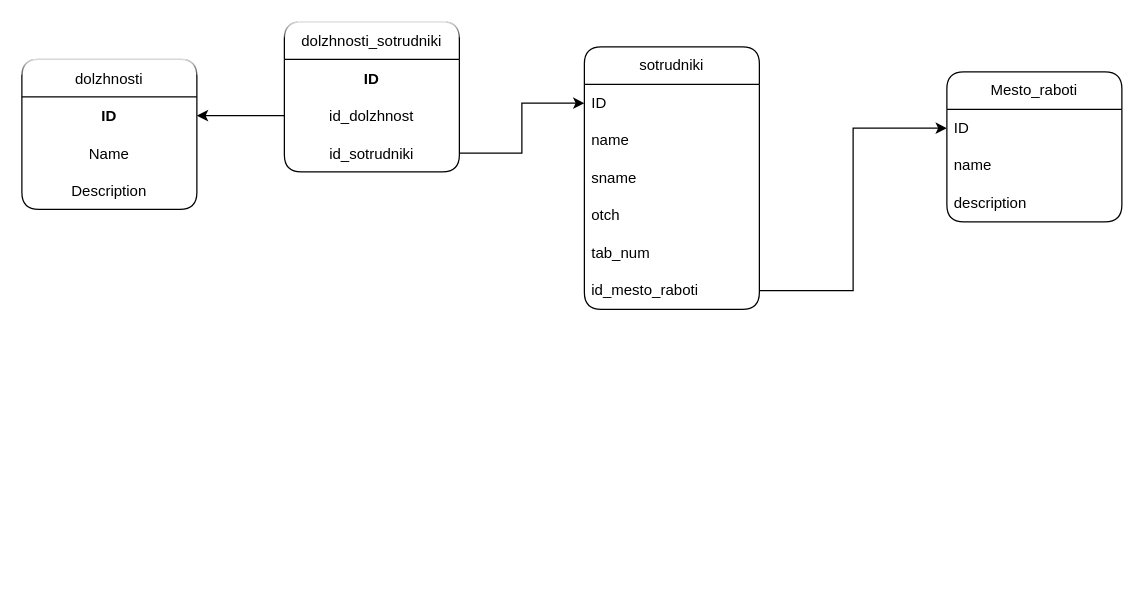
Above: АРМы.drawio in OGdanik/db_diagrams (draw.io), before the change. Source tidied: cells renumbered, new cells numbered last; positions are measured from the earlier drawing's top-left corner, leaving out a move shared by most shapes. Both pictures are drawn from the tidied source at 125%, with x=0, y=0 at pixel (21, 21).
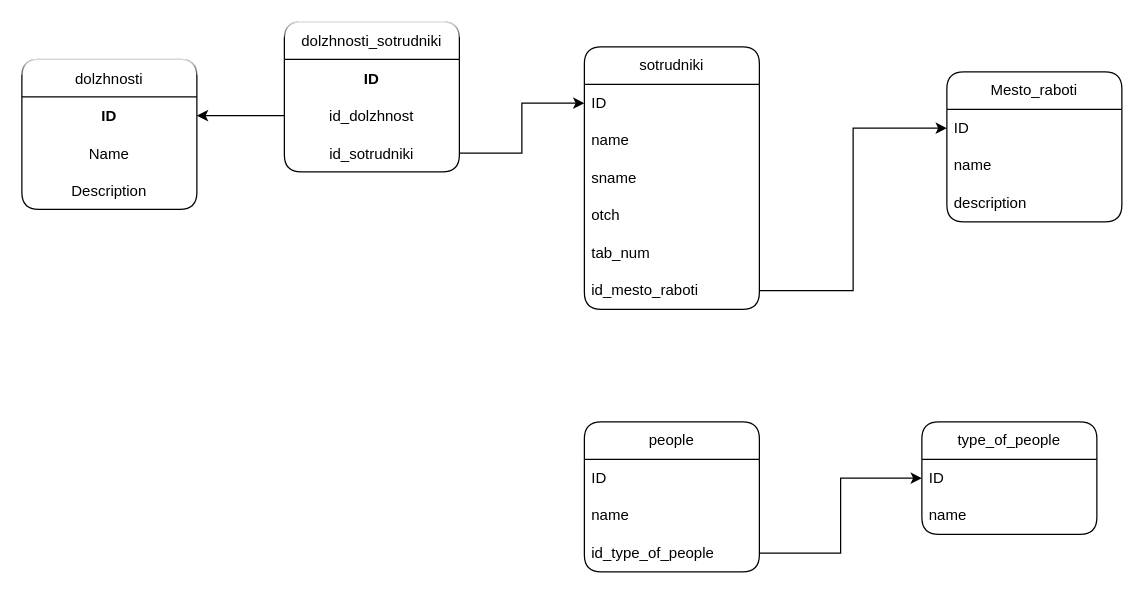
Above is the later version.

Diff of the diagram source:
```diff
@@
+    <mxCell id="24" value="people" style="swimlane;fontStyle=0;horizontal=1;startSize=30;whiteSpace=wrap;html=1;fillStyle=auto;shadow=0;glass=0;rounded=1;" parent="1" vertex="1">
+      <mxGeometry x="450" y="320" width="140" height="120" as="geometry" />
+    </mxCell>
+    <mxCell id="25" value="ID" style="text;strokeColor=none;fillColor=none;align=left;verticalAlign=middle;spacingLeft=4;spacingRight=4;overflow=hidden;whiteSpace=wrap;html=1;" parent="24" vertex="1">
+      <mxGeometry y="30" width="140" height="30" as="geometry" />
+    </mxCell>
+    <mxCell id="26" value="name" style="text;strokeColor=none;fillColor=none;align=left;verticalAlign=middle;spacingLeft=4;spacingRight=4;overflow=hidden;whiteSpace=wrap;html=1;" parent="24" vertex="1">
+      <mxGeometry y="60" width="140" height="30" as="geometry" />
+    </mxCell>
+    <mxCell id="27" value="id_type_of_people" style="text;strokeColor=none;fillColor=none;align=left;verticalAlign=middle;spacingLeft=4;spacingRight=4;overflow=hidden;points=[[0,0.5],[1,0.5]];portConstraint=eastwest;whiteSpace=wrap;html=1;" parent="24" vertex="1">
+      <mxGeometry y="90" width="140" height="30" as="geometry" />
+    </mxCell>
+    <mxCell id="28" value="type_of_people" style="swimlane;fontStyle=0;horizontal=1;startSize=30;whiteSpace=wrap;html=1;fillStyle=auto;shadow=0;glass=0;rounded=1;" parent="1" vertex="1">
+      <mxGeometry x="720" y="320" width="140" height="90" as="geometry" />
+    </mxCell>
+    <mxCell id="29" value="ID" style="text;strokeColor=none;fillColor=none;align=left;verticalAlign=middle;spacingLeft=4;spacingRight=4;overflow=hidden;points=[[0,0.5],[1,0.5]];portConstraint=eastwest;whiteSpace=wrap;html=1;" parent="28" vertex="1">
+      <mxGeometry y="30" width="140" height="30" as="geometry" />
+    </mxCell>
+    <mxCell id="30" value="name" style="text;strokeColor=none;fillColor=none;align=left;verticalAlign=middle;spacingLeft=4;spacingRight=4;overflow=hidden;whiteSpace=wrap;html=1;" parent="28" vertex="1">
+      <mxGeometry y="60" width="140" height="30" as="geometry" />
+    </mxCell>
+    <mxCell id="31" style="edgeStyle=orthogonalEdgeStyle;rounded=0;jettySize=auto;html=1;entryX=0;entryY=0.5;entryDx=0;entryDy=0;" parent="1" edge="1" source="27" target="29">
+      <mxGeometry relative="1" as="geometry" />
+    </mxCell>
```
